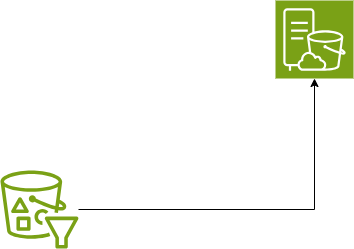
This is CHATGPT3.5_KABAN.drawio.png from SrMafra/diagramasAWS, a draw.io export, as it was before one commit. Source tidied: cells renumbered, new cells last; positions are measured from the earlier drawing's top-left corner, leaving out a move shared by most shapes.
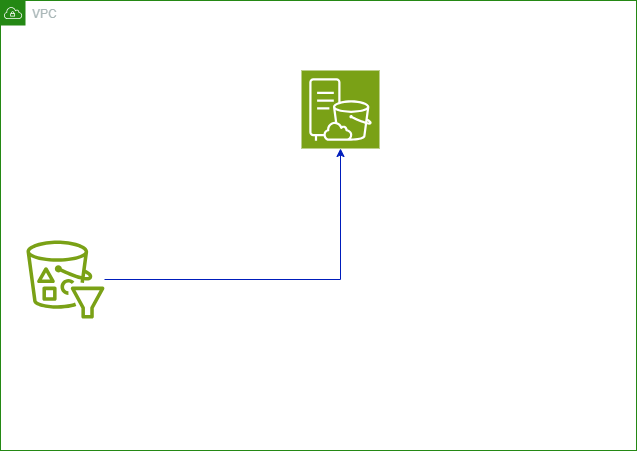
The same file after the commit.

The edit, as a diff of the source:
```diff
@@ -5,11 +5,14 @@
     <mxCell id="2" style="sketch=0;points=[[0,0,0],[0.25,0,0],[0.5,0,0],[0.75,0,0],[1,0,0],[0,1,0],[0.25,1,0],[0.5,1,0],[0.75,1,0],[1,1,0],[0,0.25,0],[0,0.5,0],[0,0.75,0],[1,0.25,0],[1,0.5,0],[1,0.75,0]];outlineConnect=0;fontColor=#232F3E;fillColor=#7AA116;strokeColor=#ffffff;dashed=0;verticalLabelPosition=bottom;verticalAlign=top;align=center;html=1;fontSize=12;fontStyle=0;shape=mxgraph.aws4.resourceIcon;resIcon=mxgraph.aws4.s3_on_outposts_storage;" parent="1" vertex="1">
       <mxGeometry x="275" width="78" height="78" as="geometry" />
     </mxCell>
-    <mxCell id="3" style="edgeStyle=orthogonalEdgeStyle;rounded=0;jettySize=auto;html=1;" parent="1" edge="1" source="4" target="2">
+    <mxCell id="3" style="edgeStyle=orthogonalEdgeStyle;rounded=0;jettySize=auto;html=1;strokeColor=#001DBC;fillColor=#0050ef;" parent="1" edge="1" source="4" target="2">
       <mxGeometry relative="1" as="geometry" />
     </mxCell>
     <mxCell id="4" style="sketch=0;outlineConnect=0;fontColor=#232F3E;gradientColor=none;fillColor=#7AA116;strokeColor=none;dashed=0;verticalLabelPosition=bottom;verticalAlign=top;align=center;html=1;fontSize=12;fontStyle=0;shape=mxgraph.aws4.s3_select;" parent="1" vertex="1">
       <mxGeometry y="170" width="78" height="78" as="geometry" />
     </mxCell>
+    <mxCell id="5" value="VPC" style="gradientColor=none;html=1;whiteSpace=wrap;fontSize=12;fontStyle=0;shape=mxgraph.aws4.group;grIcon=mxgraph.aws4.group_vpc;strokeColor=#248814;fillColor=none;verticalAlign=top;align=left;spacingLeft=30;fontColor=#AAB7B8;dashed=0;" parent="1" vertex="1">
+      <mxGeometry x="-26" y="-70" width="636" height="450" as="geometry" />
+    </mxCell>
   </root>
 </mxGraphModel>
```
